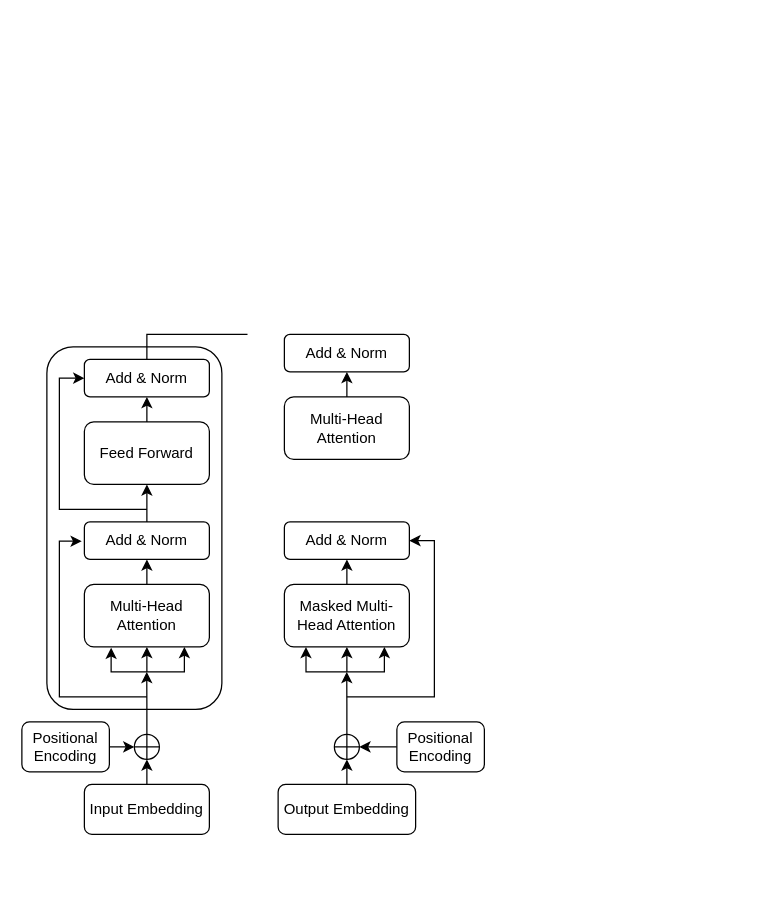
Earlier version of the draw.io diagram the_transformer.drawio (harttu/docs). Source tidied: cells renumbered, new cells numbered last; positions are measured from the earlier drawing's top-left corner, leaving out a move shared by most shapes. Both pictures are drawn from the tidied source at 125%, with x=0, y=0 at pixel (21, 334).
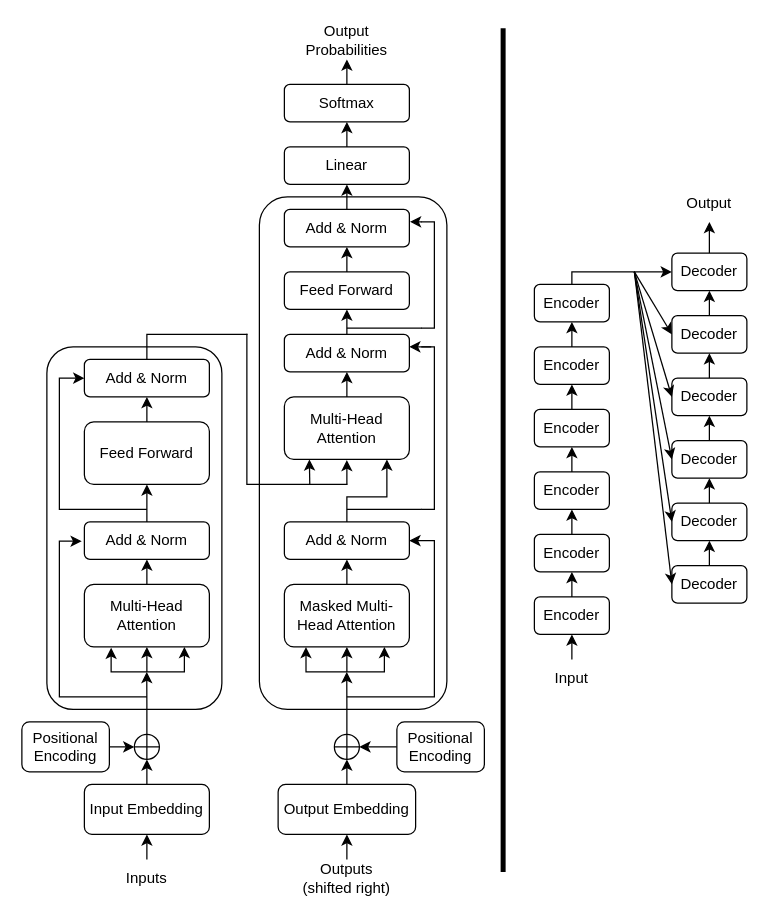
Above is the later version.

The change refers to these unchanged cells:
```xml
<mxCell id="11" value="Input Embedding" style="rounded=1;whiteSpace=wrap;html=1;" parent="1" vertex="1">
  <mxGeometry x="50" y="360" width="100" height="40" as="geometry" />
</mxCell>
<mxCell id="23" value="Add &amp;amp; Norm" style="rounded=1;whiteSpace=wrap;html=1;" parent="1" vertex="1">
  <mxGeometry x="210" y="150" width="100" height="30" as="geometry" />
</mxCell>
<mxCell id="25" value="Positional Encoding" style="rounded=1;whiteSpace=wrap;html=1;" parent="1" vertex="1">
  <mxGeometry x="300" y="310" width="70" height="40" as="geometry" />
</mxCell>
<mxCell id="27" style="shape=orEllipse;perimeter=ellipsePerimeter;whiteSpace=wrap;html=1;backgroundOutline=1;" parent="1" vertex="1">
  <mxGeometry x="250" y="320" width="20" height="20" as="geometry" />
</mxCell>
<mxCell id="29" value="Output Embedding" style="rounded=1;whiteSpace=wrap;html=1;" parent="1" vertex="1">
  <mxGeometry x="205" y="360" width="110" height="40" as="geometry" />
</mxCell>
<mxCell id="36" value="Add &amp;amp; Norm" style="rounded=1;whiteSpace=wrap;html=1;" parent="1" vertex="1">
  <mxGeometry x="210" width="100" height="30" as="geometry" />
</mxCell>
```

Diff of the diagram source:
```diff
@@
+    <mxCell id="38" style="rounded=1;whiteSpace=wrap;html=1;" parent="1" vertex="1">
+      <mxGeometry x="190" y="-110" width="150" height="410" as="geometry" />
+    </mxCell>
@@
-    <mxCell id="24" style="edgeStyle=orthogonalEdgeStyle;rounded=0;jettySize=auto;html=1;exitX=0;exitY=0.5;exitDx=0;exitDy=0;entryX=1;entryY=0.5;entryDx=0;entryDy=0;" parent="1" edge="1" source="25" target="27">
-      <mxGeometry relative="1" as="geometry" />
+    <mxCell id="24" style="edgeStyle=orthogonalEdgeStyle;rounded=0;jettySize=auto;html=1;exitX=0;exitY=0.5;exitDx=0;exitDy=0;entryX=1;entryY=0.5;entryDx=0;entryDy=0;" parent="1" edge="1" target="27">
+      <mxGeometry relative="1" as="geometry">
+        <mxPoint x="300" y="330" as="sourcePoint" />
+      </mxGeometry>
     </mxCell>
@@
+    <mxCell id="39" style="edgeStyle=elbowEdgeStyle;elbow=vertical;endArrow=classic;html=1;rounded=0;exitX=0.5;exitY=0;exitDx=0;exitDy=0;" parent="1" edge="1" source="23">
+      <mxGeometry relative="1" as="geometry">
+        <mxPoint x="292" y="100" as="targetPoint" />
+        <Array as="points">
+          <mxPoint x="300" y="130" />
+        </Array>
+      </mxGeometry>
+    </mxCell>
+    <mxCell id="40" style="shape=partialRectangle;whiteSpace=wrap;html=1;bottom=1;right=1;left=1;top=0;fillColor=none;routingCenterX=-0.5;direction=north;" parent="1" vertex="1">
+      <mxGeometry x="320" y="10" width="10" height="130" as="geometry" />
+    </mxCell>
+    <mxCell id="41" style="shape=partialRectangle;whiteSpace=wrap;html=1;bottom=0;right=0;fillColor=none;direction=north;" parent="1" vertex="1">
+      <mxGeometry x="180" width="80" height="120" as="geometry" />
+    </mxCell>
+    <mxCell id="42" style="endArrow=classic;html=1;rounded=0;exitX=0;exitY=1;exitDx=0;exitDy=0;entryX=0.162;entryY=1;entryDx=0;entryDy=0;entryPerimeter=0;" parent="1" edge="1" source="41" target="41">
+      <mxGeometry relative="1" as="geometry" />
+    </mxCell>
+    <mxCell id="43" style="endArrow=classic;html=1;rounded=0;exitX=0;exitY=0.629;exitDx=0;exitDy=0;exitPerimeter=0;" parent="1" edge="1" source="41">
+      <mxGeometry relative="1" as="geometry">
+        <mxPoint x="230" y="100" as="targetPoint" />
+      </mxGeometry>
+    </mxCell>
+    <mxCell id="44" style="endArrow=none;html=1;rounded=0;entryX=0;entryY=0;entryDx=0;entryDy=0;" parent="1" edge="1" target="40">
+      <mxGeometry relative="1" as="geometry">
+        <mxPoint x="260" y="140" as="sourcePoint" />
+      </mxGeometry>
+    </mxCell>
+    <mxCell id="45" style="endArrow=classic;html=1;rounded=0;exitX=1;exitY=0.75;exitDx=0;exitDy=0;entryX=0.999;entryY=0.333;entryDx=0;entryDy=0;entryPerimeter=0;" parent="1" edge="1" source="40" target="36">
+      <mxGeometry relative="1" as="geometry" />
+    </mxCell>
+    <mxCell id="46" value="Feed Forward" style="rounded=1;whiteSpace=wrap;html=1;" parent="1" vertex="1">
+      <mxGeometry x="210" y="-50" width="100" height="30" as="geometry" />
+    </mxCell>
+    <mxCell id="47" style="endArrow=classic;html=1;rounded=0;exitX=1;exitY=1;exitDx=0;exitDy=0;entryX=0.5;entryY=1;entryDx=0;entryDy=0;" parent="1" edge="1" source="41" target="46">
+      <mxGeometry relative="1" as="geometry" />
+    </mxCell>
+    <mxCell id="48" style="rounded=0;jettySize=auto;html=1;exitX=0.5;exitY=0;exitDx=0;exitDy=0;entryX=0.5;entryY=1;entryDx=0;entryDy=0;" parent="1" edge="1" source="49" target="55">
+      <mxGeometry relative="1" as="geometry" />
+    </mxCell>
+    <mxCell id="49" value="Add &amp;amp; Norm" style="rounded=1;whiteSpace=wrap;html=1;" parent="1" vertex="1">
+      <mxGeometry x="210" y="-100" width="100" height="30" as="geometry" />
+    </mxCell>
+    <mxCell id="50" style="endArrow=classic;html=1;rounded=0;exitX=0.5;exitY=0;exitDx=0;exitDy=0;entryX=0.5;entryY=1;entryDx=0;entryDy=0;" parent="1" edge="1" source="46" target="49">
+      <mxGeometry relative="1" as="geometry" />
+    </mxCell>
+    <mxCell id="51" style="shape=partialRectangle;whiteSpace=wrap;html=1;bottom=1;right=1;left=1;top=0;fillColor=none;routingCenterX=-0.5;direction=north;" parent="1" vertex="1">
+      <mxGeometry x="320" y="-90" width="10" height="85" as="geometry" />
+    </mxCell>
+    <mxCell id="52" style="endArrow=none;html=1;rounded=0;exitX=0;exitY=0;exitDx=0;exitDy=0;" parent="1" edge="1" source="51">
+      <mxGeometry relative="1" as="geometry">
+        <mxPoint x="260" y="-5" as="targetPoint" />
+      </mxGeometry>
+    </mxCell>
+    <mxCell id="53" style="endArrow=classic;html=1;rounded=0;exitX=1;exitY=0;exitDx=0;exitDy=0;entryX=1.005;entryY=0.333;entryDx=0;entryDy=0;entryPerimeter=0;" parent="1" edge="1" source="51" target="49">
+      <mxGeometry relative="1" as="geometry" />
+    </mxCell>
+    <mxCell id="54" style="edgeStyle=none;rounded=0;jettySize=auto;html=1;exitX=0.5;exitY=0;exitDx=0;exitDy=0;entryX=0.5;entryY=1;entryDx=0;entryDy=0;" parent="1" edge="1" source="55" target="57">
+      <mxGeometry relative="1" as="geometry" />
+    </mxCell>
+    <mxCell id="55" value="Linear" style="rounded=1;whiteSpace=wrap;html=1;" parent="1" vertex="1">
+      <mxGeometry x="210" y="-150" width="100" height="30" as="geometry" />
+    </mxCell>
+    <mxCell id="56" style="edgeStyle=none;rounded=0;jettySize=auto;html=1;exitX=0.5;exitY=0;exitDx=0;exitDy=0;entryX=0.5;entryY=1;entryDx=0;entryDy=0;" parent="1" edge="1" source="57" target="60">
+      <mxGeometry relative="1" as="geometry" />
+    </mxCell>
+    <mxCell id="57" value="Softmax" style="rounded=1;whiteSpace=wrap;html=1;" parent="1" vertex="1">
+      <mxGeometry x="210" y="-200" width="100" height="30" as="geometry" />
+    </mxCell>
+    <mxCell id="58" style="edgeStyle=none;rounded=0;orthogonalLoop=1;jettySize=auto;html=1;exitX=0;exitY=0.5;exitDx=0;exitDy=0;" parent="1" edge="1" source="55" target="55">
+      <mxGeometry relative="1" as="geometry" />
+    </mxCell>
+    <mxCell id="59" style="edgeStyle=none;rounded=0;orthogonalLoop=1;jettySize=auto;html=1;exitX=0;exitY=0.75;exitDx=0;exitDy=0;" parent="1" edge="1" source="55" target="55">
+      <mxGeometry relative="1" as="geometry" />
+    </mxCell>
+    <mxCell id="60" value="Output Probabilities" style="text;html=1;strokeColor=none;fillColor=none;align=center;verticalAlign=middle;whiteSpace=wrap;rounded=0;" parent="1" vertex="1">
+      <mxGeometry x="230" y="-250" width="60" height="30" as="geometry" />
+    </mxCell>
+    <mxCell id="61" style="edgeStyle=none;rounded=0;jettySize=auto;html=1;exitX=0.5;exitY=0;exitDx=0;exitDy=0;entryX=0.5;entryY=1;entryDx=0;entryDy=0;" parent="1" edge="1" source="62" target="11">
+      <mxGeometry relative="1" as="geometry" />
+    </mxCell>
+    <mxCell id="62" value="Inputs" style="text;html=1;strokeColor=none;fillColor=none;align=center;verticalAlign=middle;whiteSpace=wrap;rounded=0;" parent="1" vertex="1">
+      <mxGeometry x="70" y="420" width="60" height="30" as="geometry" />
+    </mxCell>
+    <mxCell id="63" style="edgeStyle=none;rounded=0;jettySize=auto;html=1;exitX=0.5;exitY=0;exitDx=0;exitDy=0;entryX=0.5;entryY=1;entryDx=0;entryDy=0;" parent="1" edge="1" source="64" target="29">
+      <mxGeometry relative="1" as="geometry" />
+    </mxCell>
+    <mxCell id="64" value="Outputs (shifted right)" style="text;html=1;strokeColor=none;fillColor=none;align=center;verticalAlign=middle;whiteSpace=wrap;rounded=0;" parent="1" vertex="1">
+      <mxGeometry x="220" y="420" width="80" height="30" as="geometry" />
+    </mxCell>
+    <mxCell id="65" style="edgeStyle=none;rounded=0;jettySize=auto;html=1;exitX=0.5;exitY=0;exitDx=0;exitDy=0;entryX=0.5;entryY=1;entryDx=0;entryDy=0;" parent="1" edge="1" source="66" target="74">
+      <mxGeometry relative="1" as="geometry" />
+    </mxCell>
+    <mxCell id="66" value="Encoder" style="rounded=1;whiteSpace=wrap;html=1;" parent="1" vertex="1">
+      <mxGeometry x="410" y="60" width="60" height="30" as="geometry" />
+    </mxCell>
+    <mxCell id="67" style="edgeStyle=none;rounded=0;jettySize=auto;html=1;exitX=0.5;exitY=0;exitDx=0;exitDy=0;entryX=0.5;entryY=1;entryDx=0;entryDy=0;" parent="1" edge="1" source="68" target="66">
+      <mxGeometry relative="1" as="geometry" />
+    </mxCell>
+    <mxCell id="68" value="Encoder" style="rounded=1;whiteSpace=wrap;html=1;" parent="1" vertex="1">
+      <mxGeometry x="410" y="110" width="60" height="30" as="geometry" />
+    </mxCell>
+    <mxCell id="69" style="edgeStyle=none;rounded=0;jettySize=auto;html=1;exitX=0.5;exitY=0;exitDx=0;exitDy=0;entryX=0.5;entryY=1;entryDx=0;entryDy=0;" parent="1" edge="1" source="70" target="68">
+      <mxGeometry relative="1" as="geometry" />
+    </mxCell>
+    <mxCell id="70" value="Encoder" style="rounded=1;whiteSpace=wrap;html=1;" parent="1" vertex="1">
+      <mxGeometry x="410" y="160" width="60" height="30" as="geometry" />
+    </mxCell>
+    <mxCell id="71" style="edgeStyle=none;rounded=0;jettySize=auto;html=1;exitX=0.5;exitY=0;exitDx=0;exitDy=0;entryX=0.5;entryY=1;entryDx=0;entryDy=0;" parent="1" edge="1" source="72" target="70">
+      <mxGeometry relative="1" as="geometry" />
+    </mxCell>
+    <mxCell id="72" value="Encoder" style="rounded=1;whiteSpace=wrap;html=1;" parent="1" vertex="1">
+      <mxGeometry x="410" y="210" width="60" height="30" as="geometry" />
+    </mxCell>
+    <mxCell id="73" style="edgeStyle=none;rounded=0;jettySize=auto;html=1;exitX=0.5;exitY=0;exitDx=0;exitDy=0;entryX=0.5;entryY=1;entryDx=0;entryDy=0;" parent="1" edge="1" source="74" target="75">
+      <mxGeometry relative="1" as="geometry" />
+    </mxCell>
+    <mxCell id="74" value="Encoder" style="rounded=1;whiteSpace=wrap;html=1;" parent="1" vertex="1">
+      <mxGeometry x="410" y="10" width="60" height="30" as="geometry" />
+    </mxCell>
+    <mxCell id="75" value="Encoder" style="rounded=1;whiteSpace=wrap;html=1;" parent="1" vertex="1">
+      <mxGeometry x="410" y="-40" width="60" height="30" as="geometry" />
+    </mxCell>
+    <mxCell id="76" style="edgeStyle=none;rounded=0;jettySize=auto;html=1;exitX=0.5;exitY=0;exitDx=0;exitDy=0;entryX=0.5;entryY=1;entryDx=0;entryDy=0;" parent="1" edge="1" source="77" target="90">
+      <mxGeometry relative="1" as="geometry" />
+    </mxCell>
+    <mxCell id="77" value="Decoder" style="rounded=1;whiteSpace=wrap;html=1;" parent="1" vertex="1">
+      <mxGeometry x="520" y="-65" width="60" height="30" as="geometry" />
+    </mxCell>
+    <mxCell id="78" style="edgeStyle=none;rounded=0;jettySize=auto;html=1;exitX=0.5;exitY=0;exitDx=0;exitDy=0;entryX=0.5;entryY=1;entryDx=0;entryDy=0;" parent="1" edge="1" source="79" target="77">
+      <mxGeometry relative="1" as="geometry" />
+    </mxCell>
+    <mxCell id="79" value="Decoder" style="rounded=1;whiteSpace=wrap;html=1;" parent="1" vertex="1">
+      <mxGeometry x="520" y="-15" width="60" height="30" as="geometry" />
+    </mxCell>
+    <mxCell id="80" style="edgeStyle=none;rounded=0;jettySize=auto;html=1;exitX=0.5;exitY=0;exitDx=0;exitDy=0;entryX=0.5;entryY=1;entryDx=0;entryDy=0;" parent="1" edge="1" source="81" target="79">
+      <mxGeometry relative="1" as="geometry" />
+    </mxCell>
+    <mxCell id="81" value="Decoder" style="rounded=1;whiteSpace=wrap;html=1;" parent="1" vertex="1">
+      <mxGeometry x="520" y="35" width="60" height="30" as="geometry" />
+    </mxCell>
+    <mxCell id="82" style="edgeStyle=none;rounded=0;jettySize=auto;html=1;exitX=0.5;exitY=0;exitDx=0;exitDy=0;entryX=0.5;entryY=1;entryDx=0;entryDy=0;" parent="1" edge="1" source="83" target="81">
+      <mxGeometry relative="1" as="geometry" />
+    </mxCell>
+    <mxCell id="83" value="Decoder" style="rounded=1;whiteSpace=wrap;html=1;" parent="1" vertex="1">
+      <mxGeometry x="520" y="85" width="60" height="30" as="geometry" />
+    </mxCell>
+    <mxCell id="84" style="edgeStyle=none;rounded=0;jettySize=auto;html=1;exitX=0.5;exitY=0;exitDx=0;exitDy=0;entryX=0.5;entryY=1;entryDx=0;entryDy=0;" parent="1" edge="1" source="85" target="83">
+      <mxGeometry relative="1" as="geometry" />
+    </mxCell>
+    <mxCell id="85" value="Decoder" style="rounded=1;whiteSpace=wrap;html=1;" parent="1" vertex="1">
+      <mxGeometry x="520" y="135" width="60" height="30" as="geometry" />
+    </mxCell>
+    <mxCell id="86" style="edgeStyle=none;rounded=0;jettySize=auto;html=1;exitX=0.5;exitY=0;exitDx=0;exitDy=0;entryX=0.5;entryY=1;entryDx=0;entryDy=0;" parent="1" edge="1" source="87" target="85">
+      <mxGeometry relative="1" as="geometry" />
+    </mxCell>
+    <mxCell id="87" value="Decoder" style="rounded=1;whiteSpace=wrap;html=1;" parent="1" vertex="1">
+      <mxGeometry x="520" y="185" width="60" height="30" as="geometry" />
+    </mxCell>
+    <mxCell id="88" style="edgeStyle=none;rounded=0;jettySize=auto;html=1;exitX=0.5;exitY=0;exitDx=0;exitDy=0;entryX=0.5;entryY=1;entryDx=0;entryDy=0;" parent="1" edge="1" source="89" target="72">
+      <mxGeometry relative="1" as="geometry" />
+    </mxCell>
+    <mxCell id="89" value="Input" style="text;html=1;strokeColor=none;fillColor=none;align=center;verticalAlign=middle;whiteSpace=wrap;rounded=0;" parent="1" vertex="1">
+      <mxGeometry x="410" y="260" width="60" height="30" as="geometry" />
+    </mxCell>
+    <mxCell id="90" value="Output" style="text;html=1;strokeColor=none;fillColor=none;align=center;verticalAlign=middle;whiteSpace=wrap;rounded=0;" parent="1" vertex="1">
+      <mxGeometry x="520" y="-120" width="60" height="30" as="geometry" />
+    </mxCell>
+    <mxCell id="91" style="edgeStyle=none;rounded=0;jettySize=auto;html=1;exitX=1;exitY=0;exitDx=0;exitDy=0;entryX=0;entryY=0.5;entryDx=0;entryDy=0;" parent="1" edge="1" source="97" target="77">
+      <mxGeometry relative="1" as="geometry" />
+    </mxCell>
+    <mxCell id="92" style="edgeStyle=none;rounded=0;jettySize=auto;html=1;exitX=1;exitY=0;exitDx=0;exitDy=0;entryX=0;entryY=0.5;entryDx=0;entryDy=0;" parent="1" edge="1" source="97" target="79">
+      <mxGeometry relative="1" as="geometry" />
+    </mxCell>
+    <mxCell id="93" style="edgeStyle=none;rounded=0;jettySize=auto;html=1;exitX=1;exitY=0;exitDx=0;exitDy=0;entryX=0;entryY=0.5;entryDx=0;entryDy=0;" parent="1" edge="1" source="97" target="81">
+      <mxGeometry relative="1" as="geometry" />
+    </mxCell>
+    <mxCell id="94" style="edgeStyle=none;rounded=0;jettySize=auto;html=1;exitX=1;exitY=0;exitDx=0;exitDy=0;entryX=0;entryY=0.5;entryDx=0;entryDy=0;" parent="1" edge="1" source="97" target="83">
+      <mxGeometry relative="1" as="geometry" />
+    </mxCell>
+    <mxCell id="95" style="edgeStyle=none;rounded=0;jettySize=auto;html=1;exitX=1;exitY=0;exitDx=0;exitDy=0;entryX=0;entryY=0.5;entryDx=0;entryDy=0;" parent="1" edge="1" source="97" target="85">
+      <mxGeometry relative="1" as="geometry" />
+    </mxCell>
+    <mxCell id="96" style="edgeStyle=none;rounded=0;jettySize=auto;html=1;exitX=1;exitY=0;exitDx=0;exitDy=0;entryX=0;entryY=0.5;entryDx=0;entryDy=0;" parent="1" edge="1" source="97" target="87">
+      <mxGeometry relative="1" as="geometry" />
+    </mxCell>
+    <mxCell id="97" style="shape=partialRectangle;whiteSpace=wrap;html=1;bottom=0;right=0;fillColor=none;" parent="1" vertex="1">
+      <mxGeometry x="440" y="-50" width="50" height="10" as="geometry" />
+    </mxCell>
+    <mxCell id="98" style="line;strokeWidth=4;direction=south;html=1;perimeter=backbonePerimeter;" parent="1" vertex="1">
+      <mxGeometry x="380" y="-245" width="10" height="675" as="geometry" />
+    </mxCell>
```
